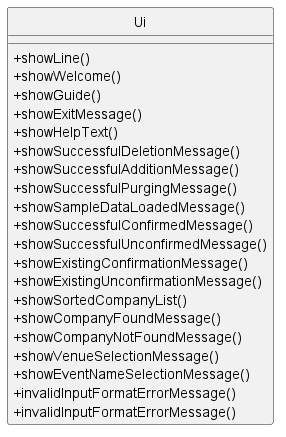
Above: docs/UML/Image/Ui_class.png in nus-cs2113-AY2223S2/tp (PlantUML), before the change.
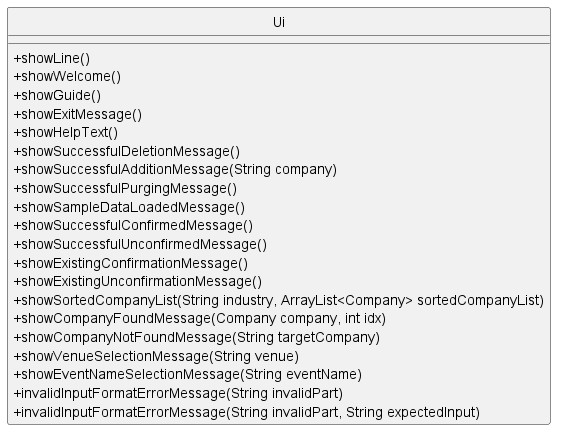
After the commit.

Commit message:
Add parameters to Ui class diagram

The edit, as a diff of the source:
```diff
@@ -11,20 +11,20 @@
 +showExitMessage()
 +showHelpText()
 +showSuccessfulDeletionMessage()
-+showSuccessfulAdditionMessage()
++showSuccessfulAdditionMessage(String company)
 +showSuccessfulPurgingMessage()
 +showSampleDataLoadedMessage()
 +showSuccessfulConfirmedMessage()
 +showSuccessfulUnconfirmedMessage()
 +showExistingConfirmationMessage()
 +showExistingUnconfirmationMessage()
-+showSortedCompanyList()
-+showCompanyFoundMessage()
-+showCompanyNotFoundMessage()
-+showVenueSelectionMessage()
-+showEventNameSelectionMessage()
-+invalidInputFormatErrorMessage()
-+invalidInputFormatErrorMessage()
++showSortedCompanyList(String industry, ArrayList<Company> sortedCompanyList)
++showCompanyFoundMessage(Company company, int idx)
++showCompanyNotFoundMessage(String targetCompany)
++showVenueSelectionMessage(String venue)
++showEventNameSelectionMessage(String eventName)
++invalidInputFormatErrorMessage(String invalidPart)
++invalidInputFormatErrorMessage(String invalidPart, String expectedInput)
 }
 
 
```
